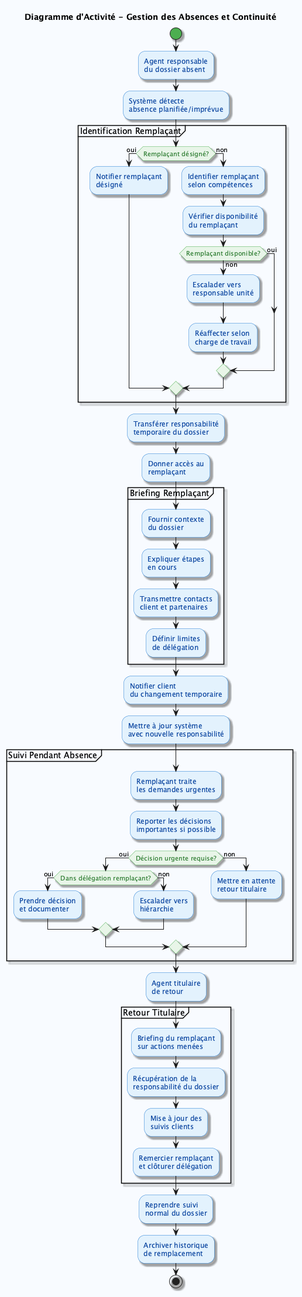
The PlantUML diagram SYSTEME-OUVERTURE-COMPTE/DIAGRAMMES-ACTIVITE/GestionAbsences.png in caranvalis/diagramePlantUml, before a commit. Source of this version:
```plantuml
@startuml GestionAbsences
skinparam backgroundColor #F8FBFF
skinparam activity {
    BackgroundColor #E3F2FD
    BorderColor #1976D2
    FontColor #0D47A1
    DiamondBackgroundColor #E8F5E8
    DiamondBorderColor #4CAF50
    DiamondFontColor #2E7D32
    StartColor #4CAF50
    EndColor #F44336
}
skinparam shadowing true

title Diagramme d'Activité - Gestion des Absences et Continuité

start

:Agent responsable
du dossier absent;

:Système détecte
absence planifiée/imprévue;

partition "Identification Remplaçant" {
    if (Remplaçant désigné?) then (oui)
        :Notifier remplaçant
        désigné;
    else (non)
        :Identifier remplaçant
        selon compétences;

        :Vérifier disponibilité
        du remplaçant;

        if (Remplaçant disponible?) then (non)
            :Escalader vers
            responsable unité;

            :Réaffecter selon
            charge de travail;
        else (oui)
        endif
    endif
}

:Transférer responsabilité
temporaire du dossier;

:Donner accès au
remplaçant;

partition "Briefing Remplaçant" {
    :Fournir contexte
    du dossier;

    :Expliquer étapes
    en cours;

    :Transmettre contacts
    client et partenaires;

    :Définir limites
    de délégation;
}

:Notifier client
du changement temporaire;

:Mettre à jour système
avec nouvelle responsabilité;

partition "Suivi Pendant Absence" {
    :Remplaçant traite
    les demandes urgentes;

    :Reporter les décisions
    importantes si possible;

    if (Décision urgente requise?) then (oui)
        if (Dans délégation remplaçant?) then (oui)
            :Prendre décision
            et documenter;
        else (non)
            :Escalader vers
            hiérarchie;
        endif
    else (non)
        :Mettre en attente
        retour titulaire;
    endif
}

:Agent titulaire
de retour;

partition "Retour Titulaire" {
    :Briefing du remplaçant
    sur actions menées;

    :Récupération de la
    responsabilité du dossier;

    :Mise à jour des
    suivis clients;

    :Remercier remplaçant
    et clôturer délégation;
}

:Reprendre suivi
normal du dossier;

:Archiver historique
de remplacement;

stop

@enduml
```
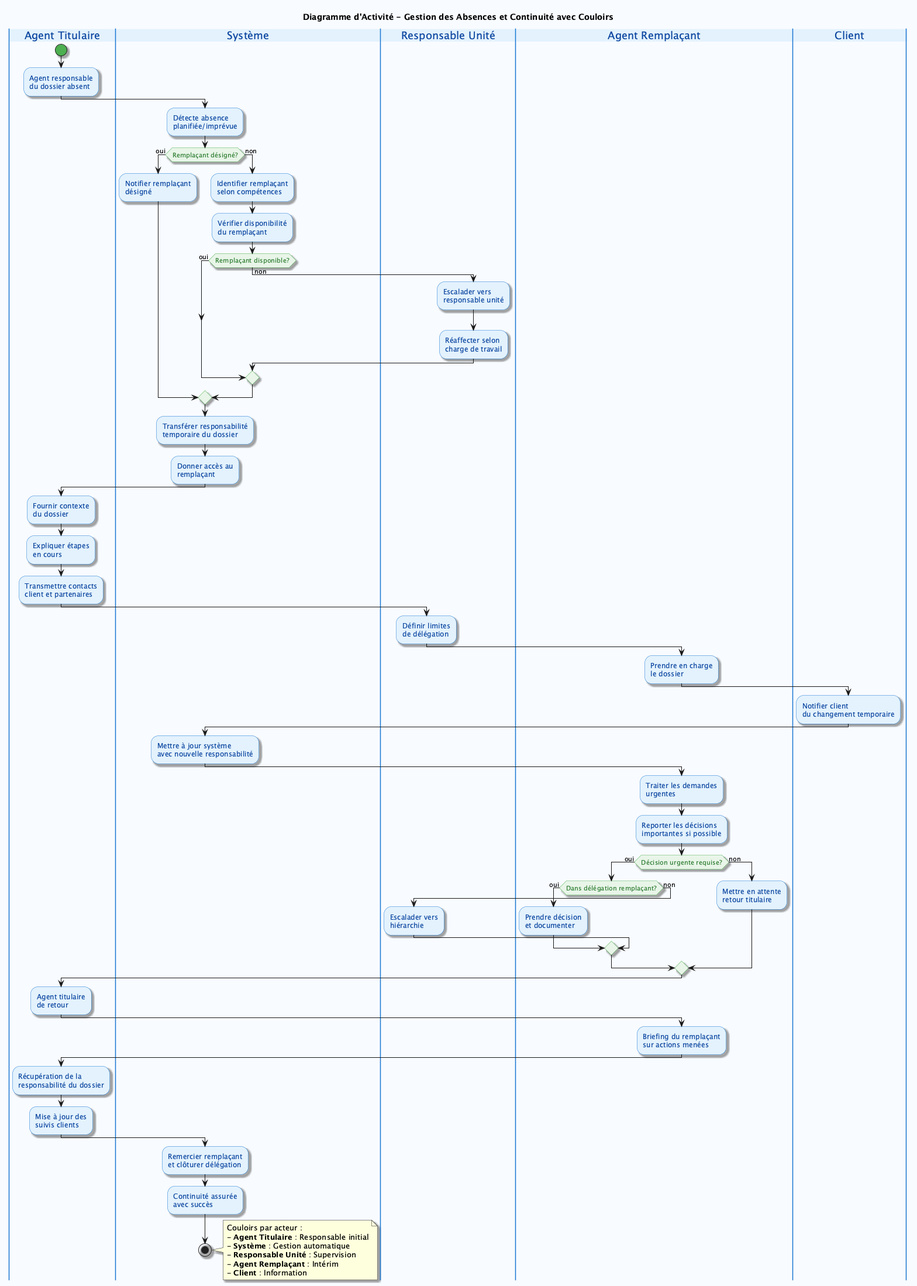
After the commit.

Change to the diagram source:
```diff
@@ -10,110 +10,131 @@
     StartColor #4CAF50
     EndColor #F44336
 }
+skinparam swimlane {
+    BorderColor #1976D2
+    TitleBackgroundColor #E3F2FD
+    TitleFontColor #0D47A1
+}
 skinparam shadowing true
 
-title Diagramme d'Activité - Gestion des Absences et Continuité
+title Diagramme d'Activité - Gestion des Absences et Continuité avec Couloirs
 
+|Agent Titulaire|
 start
-
 :Agent responsable
 du dossier absent;
 
-:Système détecte
-absence planifiée/imprévue;
+|Système|
+:Détecte absence
+planifiée/imprévue;
 
-partition "Identification Remplaçant" {
-    if (Remplaçant désigné?) then (oui)
-        :Notifier remplaçant
-        désigné;
-    else (non)
-        :Identifier remplaçant
-        selon compétences;
+if (Remplaçant désigné?) then (oui)
+:Notifier remplaçant
+désigné;
+else (non)
+:Identifier remplaçant
+selon compétences;
 
-        :Vérifier disponibilité
-        du remplaçant;
+:Vérifier disponibilité
+du remplaçant;
 
-        if (Remplaçant disponible?) then (non)
-            :Escalader vers
-            responsable unité;
+if (Remplaçant disponible?) then (non)
+|Responsable Unité|
+:Escalader vers
+responsable unité;
 
-            :Réaffecter selon
-            charge de travail;
-        else (oui)
-        endif
-    endif
-}
+:Réaffecter selon
+charge de travail;
+else (oui)
+endif
+endif
 
+|Système|
 :Transférer responsabilité
 temporaire du dossier;
 
 :Donner accès au
 remplaçant;
 
-partition "Briefing Remplaçant" {
-    :Fournir contexte
-    du dossier;
+|Agent Titulaire|
+:Fournir contexte
+du dossier;
 
-    :Expliquer étapes
-    en cours;
+:Expliquer étapes
+en cours;
 
-    :Transmettre contacts
-    client et partenaires;
+:Transmettre contacts
+client et partenaires;
 
-    :Définir limites
-    de délégation;
-}
+|Responsable Unité|
+:Définir limites
+de délégation;
 
+|Agent Remplaçant|
+:Prendre en charge
+le dossier;
+
+|Client|
 :Notifier client
 du changement temporaire;
 
+|Système|
 :Mettre à jour système
 avec nouvelle responsabilité;
 
-partition "Suivi Pendant Absence" {
-    :Remplaçant traite
-    les demandes urgentes;
+|Agent Remplaçant|
+:Traiter les demandes
+urgentes;
 
-    :Reporter les décisions
-    importantes si possible;
+:Reporter les décisions
+importantes si possible;
 
-    if (Décision urgente requise?) then (oui)
-        if (Dans délégation remplaçant?) then (oui)
-            :Prendre décision
-            et documenter;
-        else (non)
-            :Escalader vers
-            hiérarchie;
-        endif
-    else (non)
-        :Mettre en attente
-        retour titulaire;
-    endif
-}
+if (Décision urgente requise?) then (oui)
+if (Dans délégation remplaçant?) then (oui)
+:Prendre décision
+et documenter;
+else (non)
+|Responsable Unité|
+:Escalader vers
+hiérarchie;
+endif
+else (non)
+|Agent Remplaçant|
+:Mettre en attente
+retour titulaire;
+endif
 
+|Agent Titulaire|
 :Agent titulaire
 de retour;
 
-partition "Retour Titulaire" {
-    :Briefing du remplaçant
-    sur actions menées;
+|Agent Remplaçant|
+:Briefing du remplaçant
+sur actions menées;
 
-    :Récupération de la
-    responsabilité du dossier;
+|Agent Titulaire|
+:Récupération de la
+responsabilité du dossier;
 
-    :Mise à jour des
-    suivis clients;
+:Mise à jour des
+suivis clients;
 
-    :Remercier remplaçant
-    et clôturer délégation;
-}
+|Système|
+:Remercier remplaçant
+et clôturer délégation;
 
-:Reprendre suivi
-normal du dossier;
-
-:Archiver historique
-de remplacement;
+:Continuité assurée
+avec succès;
 
 stop
 
+note right
+Couloirs par acteur :
+- **Agent Titulaire** : Responsable initial
+- **Système** : Gestion automatique
+- **Responsable Unité** : Supervision
+- **Agent Remplaçant** : Intérim
+- **Client** : Information
+end note
+
 @enduml
```
